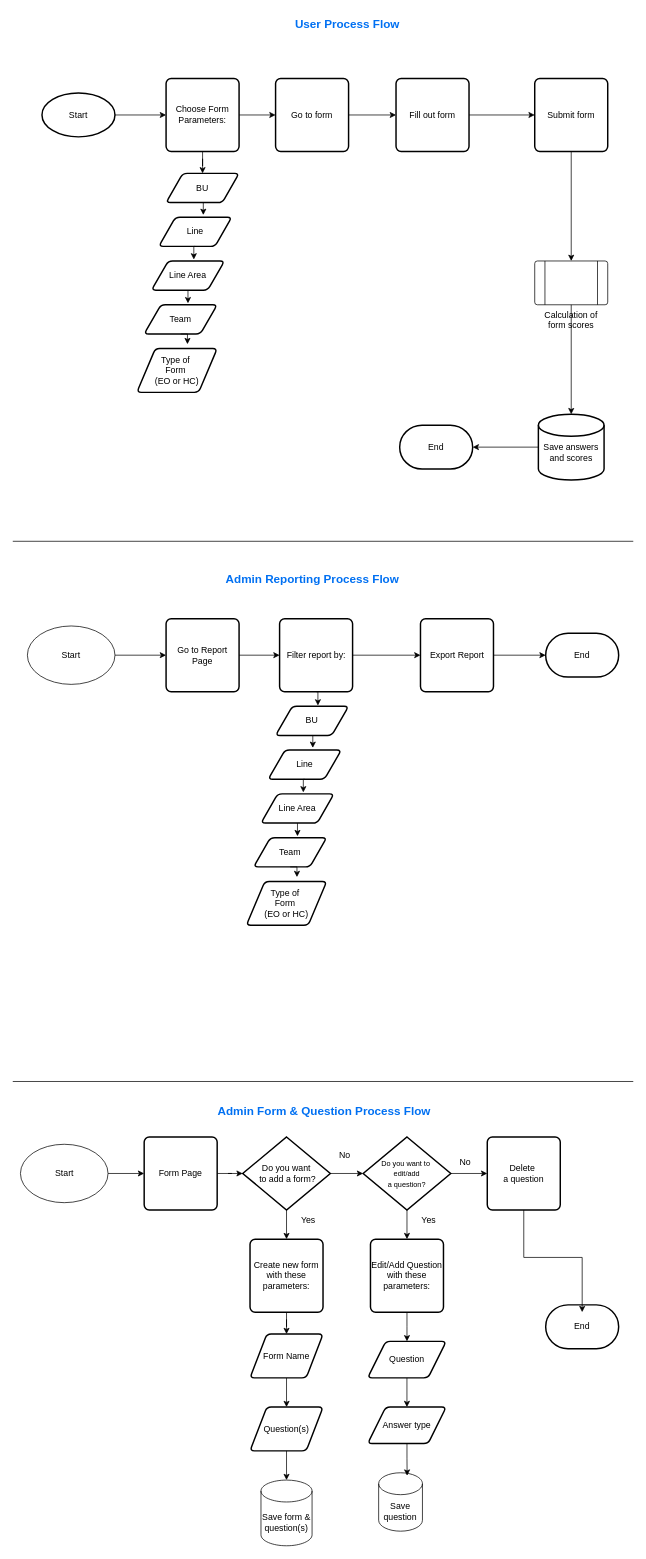
josephkligel/diagrams keeps this draw.io diagram as EO and HC User Flow Diagram.drawio. Above is the earlier version. Source tidied: cells renumbered, new cells numbered last; positions are measured from the earlier drawing's top-left corner, leaving out a move shared by most shapes. Both pictures are drawn from the tidied source at 73%, with x=0, y=0 at pixel (12, 12).
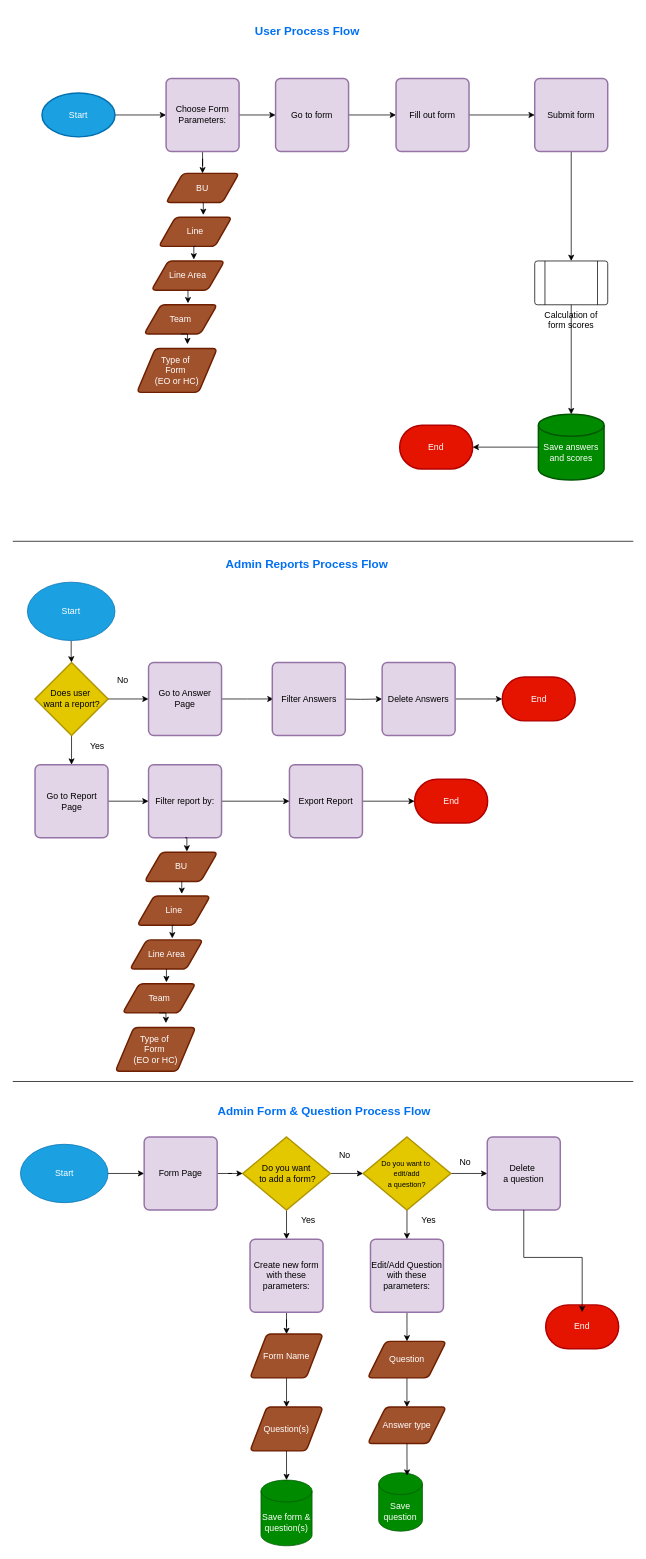
The same diagram, later.

Diff of the diagram source:
```diff
@@
-    <mxCell id="3" value="Start" style="strokeWidth=2;html=1;shape=mxgraph.flowchart.start_1;whiteSpace=wrap;" parent="1" vertex="1">
+    <mxCell id="3" value="Start" style="strokeWidth=2;html=1;shape=mxgraph.flowchart.start_1;whiteSpace=wrap;fillColor=#1ba1e2;fontColor=#ffffff;strokeColor=#006EAF;" parent="1" vertex="1">
       <mxGeometry x="40" y="110" width="100" height="60" as="geometry" />
     </mxCell>
@@
-    <mxCell id="6" value="Choose Form Parameters:" style="rounded=1;whiteSpace=wrap;html=1;absoluteArcSize=1;arcSize=14;strokeWidth=2;" parent="1" vertex="1">
+    <mxCell id="6" value="Choose Form Parameters:" style="rounded=1;whiteSpace=wrap;html=1;absoluteArcSize=1;arcSize=14;strokeWidth=2;fillColor=#e1d5e7;strokeColor=#9673a6;" parent="1" vertex="1">
       <mxGeometry x="210" y="90" width="100" height="100" as="geometry" />
     </mxCell>
@@
-    <mxCell id="8" value="Go to form" style="rounded=1;whiteSpace=wrap;html=1;absoluteArcSize=1;arcSize=14;strokeWidth=2;" parent="1" vertex="1">
+    <mxCell id="8" value="Go to form" style="rounded=1;whiteSpace=wrap;html=1;absoluteArcSize=1;arcSize=14;strokeWidth=2;fillColor=#e1d5e7;strokeColor=#9673a6;" parent="1" vertex="1">
       <mxGeometry x="360" y="90" width="100" height="100" as="geometry" />
     </mxCell>
@@
-    <mxCell id="10" value="Fill out form" style="rounded=1;whiteSpace=wrap;html=1;absoluteArcSize=1;arcSize=14;strokeWidth=2;" parent="1" vertex="1">
+    <mxCell id="10" value="Fill out form" style="rounded=1;whiteSpace=wrap;html=1;absoluteArcSize=1;arcSize=14;strokeWidth=2;fillColor=#e1d5e7;strokeColor=#9673a6;" parent="1" vertex="1">
       <mxGeometry x="525" y="90" width="100" height="100" as="geometry" />
     </mxCell>
@@
-    <mxCell id="12" value="Submit form" style="rounded=1;whiteSpace=wrap;html=1;absoluteArcSize=1;arcSize=14;strokeWidth=2;" parent="1" vertex="1">
+    <mxCell id="12" value="Submit form" style="rounded=1;whiteSpace=wrap;html=1;absoluteArcSize=1;arcSize=14;strokeWidth=2;fillColor=#e1d5e7;strokeColor=#9673a6;" parent="1" vertex="1">
       <mxGeometry x="715" y="90" width="100" height="100" as="geometry" />
     </mxCell>
-    <mxCell id="13" value="&lt;br&gt;&lt;div&gt;Save answers and scores&lt;/div&gt;" style="strokeWidth=2;html=1;shape=mxgraph.flowchart.database;whiteSpace=wrap;" parent="1" vertex="1">
+    <mxCell id="13" value="&lt;br&gt;&lt;div&gt;Save answers and scores&lt;/div&gt;" style="strokeWidth=2;html=1;shape=mxgraph.flowchart.database;whiteSpace=wrap;fillColor=#008a00;strokeColor=#005700;fontColor=#ffffff;" parent="1" vertex="1">
       <mxGeometry x="720" y="550" width="90" height="90" as="geometry" />
     </mxCell>
-    <mxCell id="14" value="End" style="strokeWidth=2;html=1;shape=mxgraph.flowchart.terminator;whiteSpace=wrap;" parent="1" vertex="1">
+    <mxCell id="14" value="End" style="strokeWidth=2;html=1;shape=mxgraph.flowchart.terminator;whiteSpace=wrap;fillColor=#e51400;fontColor=#ffffff;strokeColor=#B20000;" parent="1" vertex="1">
       <mxGeometry x="530" y="565" width="100" height="60" as="geometry" />
     </mxCell>
-    <mxCell id="15" value="Calculation of form scores" style="verticalLabelPosition=bottom;verticalAlign=top;html=1;shape=process;whiteSpace=wrap;rounded=1;size=0.14;arcSize=6;" parent="1" vertex="1">
+    <mxCell id="15" value="Calculation of form scores" style="verticalLabelPosition=bottom;verticalAlign=top;html=1;shape=process;whiteSpace=wrap;rounded=1;size=0.14;arcSize=6;fillColor=none;" parent="1" vertex="1">
       <mxGeometry x="715" y="340" width="100" height="60" as="geometry" />
     </mxCell>
-    <mxCell id="16" value="BU" style="shape=parallelogram;html=1;strokeWidth=2;perimeter=parallelogramPerimeter;whiteSpace=wrap;rounded=1;arcSize=12;size=0.23;" parent="1" vertex="1">
+    <mxCell id="16" value="BU" style="shape=parallelogram;html=1;strokeWidth=2;perimeter=parallelogramPerimeter;whiteSpace=wrap;rounded=1;arcSize=12;size=0.23;fillColor=#a0522d;fontColor=#ffffff;strokeColor=#6D1F00;" parent="1" vertex="1">
       <mxGeometry x="210" y="220" width="100" height="40" as="geometry" />
     </mxCell>
-    <mxCell id="17" value="Line" style="shape=parallelogram;html=1;strokeWidth=2;perimeter=parallelogramPerimeter;whiteSpace=wrap;rounded=1;arcSize=12;size=0.23;" parent="1" vertex="1">
+    <mxCell id="17" value="Line" style="shape=parallelogram;html=1;strokeWidth=2;perimeter=parallelogramPerimeter;whiteSpace=wrap;rounded=1;arcSize=12;size=0.23;fillColor=#a0522d;fontColor=#ffffff;strokeColor=#6D1F00;" parent="1" vertex="1">
       <mxGeometry x="200" y="280" width="100" height="40" as="geometry" />
     </mxCell>
-    <mxCell id="18" value="Line Area" style="shape=parallelogram;html=1;strokeWidth=2;perimeter=parallelogramPerimeter;whiteSpace=wrap;rounded=1;arcSize=12;size=0.23;" parent="1" vertex="1">
+    <mxCell id="18" value="Line Area" style="shape=parallelogram;html=1;strokeWidth=2;perimeter=parallelogramPerimeter;whiteSpace=wrap;rounded=1;arcSize=12;size=0.23;fillColor=#a0522d;fontColor=#ffffff;strokeColor=#6D1F00;" parent="1" vertex="1">
       <mxGeometry x="190" y="340" width="100" height="40" as="geometry" />
     </mxCell>
-    <mxCell id="19" value="Team" style="shape=parallelogram;html=1;strokeWidth=2;perimeter=parallelogramPerimeter;whiteSpace=wrap;rounded=1;arcSize=12;size=0.23;" parent="1" vertex="1">
+    <mxCell id="19" value="Team" style="shape=parallelogram;html=1;strokeWidth=2;perimeter=parallelogramPerimeter;whiteSpace=wrap;rounded=1;arcSize=12;size=0.23;fillColor=#a0522d;fontColor=#ffffff;strokeColor=#6D1F00;" parent="1" vertex="1">
       <mxGeometry x="180" y="400" width="100" height="40" as="geometry" />
     </mxCell>
@@
-    <mxCell id="23" value="Type of&amp;nbsp;&lt;div&gt;Form&amp;nbsp;&lt;/div&gt;&lt;div&gt;(EO or HC)&lt;/div&gt;" style="shape=parallelogram;html=1;strokeWidth=2;perimeter=parallelogramPerimeter;whiteSpace=wrap;rounded=1;arcSize=12;size=0.23;" parent="1" vertex="1">
+    <mxCell id="23" value="Type of&amp;nbsp;&lt;div&gt;Form&amp;nbsp;&lt;/div&gt;&lt;div&gt;(EO or HC)&lt;/div&gt;" style="shape=parallelogram;html=1;strokeWidth=2;perimeter=parallelogramPerimeter;whiteSpace=wrap;rounded=1;arcSize=12;size=0.23;fillColor=#a0522d;fontColor=#ffffff;strokeColor=#6D1F00;" parent="1" vertex="1">
       <mxGeometry x="170" y="460" width="110" height="60" as="geometry" />
     </mxCell>
@@
     <mxCell id="26" value="User Process Flow" style="text;html=1;align=left;verticalAlign=middle;strokeColor=none;fillColor=none;fontSize=16;fontColor=#0070F2;fontFamily=Helvetica;fontStyle=1;" parent="1" vertex="1">
-      <mxGeometry x="385" width="160" height="30" as="geometry" />
+      <mxGeometry x="330" y="10" width="160" height="30" as="geometry" />
     </mxCell>
-    <mxCell id="27" value="Admin Reporting Process Flow" style="text;html=1;align=left;verticalAlign=middle;strokeColor=none;fillColor=none;fontSize=16;fontColor=#0070F2;fontFamily=Helvetica;fontStyle=1;" parent="1" vertex="1">
-      <mxGeometry x="290" y="760" width="240" height="30" as="geometry" />
+    <mxCell id="27" value="Admin Reports Process Flow" style="text;html=1;align=left;verticalAlign=middle;strokeColor=none;fillColor=none;fontSize=16;fontColor=#0070F2;fontFamily=Helvetica;fontStyle=1;" parent="1" vertex="1">
+      <mxGeometry x="290" y="740" width="230" height="30" as="geometry" />
     </mxCell>
-    <mxCell id="28" style="edgeStyle=orthogonalEdgeStyle;rounded=0;jettySize=auto;html=1;" parent="1" edge="1" source="29" target="31">
-      <mxGeometry relative="1" as="geometry" />
-    </mxCell>
+    <mxCell id="82" style="edgeStyle=orthogonalEdgeStyle;rounded=0;jettySize=auto;html=1;" parent="1" edge="1" source="29" target="85">
+      <mxGeometry relative="1" as="geometry" />
+    </mxCell>
-    <mxCell id="29" value="Start" style="ellipse;whiteSpace=wrap;html=1;" parent="1" vertex="1">
-      <mxGeometry x="20" y="840" width="120" height="80" as="geometry" />
+    <mxCell id="29" value="Start" style="ellipse;whiteSpace=wrap;html=1;fillColor=#1ba1e2;fontColor=#ffffff;strokeColor=#006EAF;" parent="1" vertex="1">
+      <mxGeometry x="20" y="780" width="120" height="80" as="geometry" />
     </mxCell>
@@
-    <mxCell id="31" value="Go to Report Page" style="rounded=1;whiteSpace=wrap;html=1;absoluteArcSize=1;arcSize=14;strokeWidth=2;" parent="1" vertex="1">
-      <mxGeometry x="210" y="830" width="100" height="100" as="geometry" />
+    <mxCell id="31" value="Go to Report Page" style="rounded=1;whiteSpace=wrap;html=1;absoluteArcSize=1;arcSize=14;strokeWidth=2;fillColor=#e1d5e7;strokeColor=#9673a6;" parent="1" vertex="1">
+      <mxGeometry x="30.5" y="1030" width="100" height="100" as="geometry" />
     </mxCell>
@@
-    <mxCell id="33" value="Export Report" style="rounded=1;whiteSpace=wrap;html=1;absoluteArcSize=1;arcSize=14;strokeWidth=2;" parent="1" vertex="1">
-      <mxGeometry x="558.5" y="830" width="100" height="100" as="geometry" />
+    <mxCell id="33" value="Export Report" style="rounded=1;whiteSpace=wrap;html=1;absoluteArcSize=1;arcSize=14;strokeWidth=2;fillColor=#e1d5e7;strokeColor=#9673a6;" parent="1" vertex="1">
+      <mxGeometry x="379" y="1030" width="100" height="100" as="geometry" />
     </mxCell>
@@
-    <mxCell id="35" value="Start" style="ellipse;whiteSpace=wrap;html=1;" parent="1" vertex="1">
+    <mxCell id="35" value="Start" style="ellipse;whiteSpace=wrap;html=1;fillColor=#1ba1e2;fontColor=#ffffff;strokeColor=#006EAF;" parent="1" vertex="1">
       <mxGeometry x="10.5" y="1550" width="120" height="80" as="geometry" />
     </mxCell>
@@
-    <mxCell id="37" value="Edit/Add Question with these parameters:" style="rounded=1;whiteSpace=wrap;html=1;absoluteArcSize=1;arcSize=14;strokeWidth=2;" parent="1" vertex="1">
+    <mxCell id="37" value="Edit/Add Question with these parameters:" style="rounded=1;whiteSpace=wrap;html=1;absoluteArcSize=1;arcSize=14;strokeWidth=2;fillColor=#e1d5e7;strokeColor=#9673a6;" parent="1" vertex="1">
       <mxGeometry x="490" y="1680" width="100" height="100" as="geometry" />
     </mxCell>
@@
-    <mxCell id="39" value="Question" style="shape=parallelogram;html=1;strokeWidth=2;perimeter=parallelogramPerimeter;whiteSpace=wrap;rounded=1;arcSize=12;size=0.23;" parent="1" vertex="1">
+    <mxCell id="39" value="Question" style="shape=parallelogram;html=1;strokeWidth=2;perimeter=parallelogramPerimeter;whiteSpace=wrap;rounded=1;arcSize=12;size=0.23;fillColor=#a0522d;fontColor=#ffffff;strokeColor=#6D1F00;" parent="1" vertex="1">
       <mxGeometry x="486.2" y="1820" width="107.5" height="50" as="geometry" />
     </mxCell>
@@
-    <mxCell id="43" value="Filter report by:" style="rounded=1;whiteSpace=wrap;html=1;absoluteArcSize=1;arcSize=14;strokeWidth=2;" parent="1" vertex="1">
-      <mxGeometry x="365.5" y="830" width="100" height="100" as="geometry" />
+    <mxCell id="43" value="Filter report by:" style="rounded=1;whiteSpace=wrap;html=1;absoluteArcSize=1;arcSize=14;strokeWidth=2;fillColor=#e1d5e7;strokeColor=#9673a6;" parent="1" vertex="1">
+      <mxGeometry x="186" y="1030" width="100" height="100" as="geometry" />
     </mxCell>
-    <mxCell id="44" value="BU" style="shape=parallelogram;html=1;strokeWidth=2;perimeter=parallelogramPerimeter;whiteSpace=wrap;rounded=1;arcSize=12;size=0.23;" parent="1" vertex="1">
-      <mxGeometry x="360" y="950" width="100" height="40" as="geometry" />
+    <mxCell id="44" value="BU" style="shape=parallelogram;html=1;strokeWidth=2;perimeter=parallelogramPerimeter;whiteSpace=wrap;rounded=1;arcSize=12;size=0.23;fillColor=#a0522d;fontColor=#ffffff;strokeColor=#6D1F00;" parent="1" vertex="1">
+      <mxGeometry x="180.5" y="1150" width="100" height="40" as="geometry" />
     </mxCell>
-    <mxCell id="45" value="Line" style="shape=parallelogram;html=1;strokeWidth=2;perimeter=parallelogramPerimeter;whiteSpace=wrap;rounded=1;arcSize=12;size=0.23;" parent="1" vertex="1">
-      <mxGeometry x="350" y="1010" width="100" height="40" as="geometry" />
+    <mxCell id="45" value="Line" style="shape=parallelogram;html=1;strokeWidth=2;perimeter=parallelogramPerimeter;whiteSpace=wrap;rounded=1;arcSize=12;size=0.23;fillColor=#a0522d;fontColor=#ffffff;strokeColor=#6D1F00;" parent="1" vertex="1">
+      <mxGeometry x="170.5" y="1210" width="100" height="40" as="geometry" />
     </mxCell>
-    <mxCell id="46" value="Line Area" style="shape=parallelogram;html=1;strokeWidth=2;perimeter=parallelogramPerimeter;whiteSpace=wrap;rounded=1;arcSize=12;size=0.23;" parent="1" vertex="1">
-      <mxGeometry x="340" y="1070" width="100" height="40" as="geometry" />
+    <mxCell id="46" value="Line Area" style="shape=parallelogram;html=1;strokeWidth=2;perimeter=parallelogramPerimeter;whiteSpace=wrap;rounded=1;arcSize=12;size=0.23;fillColor=#a0522d;fontColor=#ffffff;strokeColor=#6D1F00;" parent="1" vertex="1">
+      <mxGeometry x="160.5" y="1270" width="100" height="40" as="geometry" />
     </mxCell>
-    <mxCell id="47" value="Team" style="shape=parallelogram;html=1;strokeWidth=2;perimeter=parallelogramPerimeter;whiteSpace=wrap;rounded=1;arcSize=12;size=0.23;" parent="1" vertex="1">
-      <mxGeometry x="330" y="1130" width="100" height="40" as="geometry" />
+    <mxCell id="47" value="Team" style="shape=parallelogram;html=1;strokeWidth=2;perimeter=parallelogramPerimeter;whiteSpace=wrap;rounded=1;arcSize=12;size=0.23;fillColor=#a0522d;fontColor=#ffffff;strokeColor=#6D1F00;" parent="1" vertex="1">
+      <mxGeometry x="150.5" y="1330" width="100" height="40" as="geometry" />
     </mxCell>
@@
-    <mxCell id="51" value="Type of&amp;nbsp;&lt;div&gt;Form&amp;nbsp;&lt;/div&gt;&lt;div&gt;(EO or HC)&lt;/div&gt;" style="shape=parallelogram;html=1;strokeWidth=2;perimeter=parallelogramPerimeter;whiteSpace=wrap;rounded=1;arcSize=12;size=0.23;" parent="1" vertex="1">
-      <mxGeometry x="320" y="1190" width="110" height="60" as="geometry" />
+    <mxCell id="51" value="Type of&amp;nbsp;&lt;div&gt;Form&amp;nbsp;&lt;/div&gt;&lt;div&gt;(EO or HC)&lt;/div&gt;" style="shape=parallelogram;html=1;strokeWidth=2;perimeter=parallelogramPerimeter;whiteSpace=wrap;rounded=1;arcSize=12;size=0.23;fillColor=#a0522d;fontColor=#ffffff;strokeColor=#6D1F00;" parent="1" vertex="1">
+      <mxGeometry x="140.5" y="1390" width="110" height="60" as="geometry" />
     </mxCell>
@@
-    <mxCell id="58" value="Do you want&lt;div&gt;&amp;nbsp;to add a form?&lt;/div&gt;" style="strokeWidth=2;html=1;shape=mxgraph.flowchart.decision;whiteSpace=wrap;" parent="1" vertex="1">
+    <mxCell id="58" value="Do you want&lt;div&gt;&amp;nbsp;to add a form?&lt;/div&gt;" style="strokeWidth=2;html=1;shape=mxgraph.flowchart.decision;whiteSpace=wrap;fillColor=#e3c800;fontColor=#000000;strokeColor=#B09500;" parent="1" vertex="1">
       <mxGeometry x="315" y="1540" width="120" height="100" as="geometry" />
     </mxCell>
@@
-    <mxCell id="60" value="Create new form with these parameters:" style="rounded=1;whiteSpace=wrap;html=1;absoluteArcSize=1;arcSize=14;strokeWidth=2;" parent="1" vertex="1">
+    <mxCell id="60" value="Create new form with these parameters:" style="rounded=1;whiteSpace=wrap;html=1;absoluteArcSize=1;arcSize=14;strokeWidth=2;fillColor=#e1d5e7;strokeColor=#9673a6;" parent="1" vertex="1">
       <mxGeometry x="325" y="1680" width="100" height="100" as="geometry" />
     </mxCell>
@@
-    <mxCell id="62" value="Form Name" style="shape=parallelogram;html=1;strokeWidth=2;perimeter=parallelogramPerimeter;whiteSpace=wrap;rounded=1;arcSize=12;size=0.23;" parent="1" vertex="1">
+    <mxCell id="62" value="Form Name" style="shape=parallelogram;html=1;strokeWidth=2;perimeter=parallelogramPerimeter;whiteSpace=wrap;rounded=1;arcSize=12;size=0.23;fillColor=#a0522d;fontColor=#ffffff;strokeColor=#6D1F00;" parent="1" vertex="1">
       <mxGeometry x="325" y="1810" width="100" height="60" as="geometry" />
     </mxCell>
-    <mxCell id="63" value="Question(s)" style="shape=parallelogram;html=1;strokeWidth=2;perimeter=parallelogramPerimeter;whiteSpace=wrap;rounded=1;arcSize=12;size=0.23;" parent="1" vertex="1">
+    <mxCell id="63" value="Question(s)" style="shape=parallelogram;html=1;strokeWidth=2;perimeter=parallelogramPerimeter;whiteSpace=wrap;rounded=1;arcSize=12;size=0.23;fillColor=#a0522d;fontColor=#ffffff;strokeColor=#6D1F00;" parent="1" vertex="1">
       <mxGeometry x="325" y="1910" width="100" height="60" as="geometry" />
     </mxCell>
-    <mxCell id="64" value="Answer type" style="shape=parallelogram;html=1;strokeWidth=2;perimeter=parallelogramPerimeter;whiteSpace=wrap;rounded=1;arcSize=12;size=0.23;" parent="1" vertex="1">
+    <mxCell id="64" value="Answer type" style="shape=parallelogram;html=1;strokeWidth=2;perimeter=parallelogramPerimeter;whiteSpace=wrap;rounded=1;arcSize=12;size=0.23;fillColor=#a0522d;fontColor=#ffffff;strokeColor=#6D1F00;" parent="1" vertex="1">
       <mxGeometry x="486.2" y="1910" width="107.5" height="50" as="geometry" />
     </mxCell>
-    <mxCell id="65" value="Save question" style="shape=cylinder3;whiteSpace=wrap;html=1;boundedLbl=1;backgroundOutline=1;size=15;" parent="1" vertex="1">
+    <mxCell id="65" value="Save question" style="shape=cylinder3;whiteSpace=wrap;html=1;boundedLbl=1;backgroundOutline=1;size=15;fillColor=#008a00;fontColor=#ffffff;strokeColor=#005700;" parent="1" vertex="1">
       <mxGeometry x="501.2" y="2000" width="60" height="80" as="geometry" />
     </mxCell>
-    <mxCell id="66" value="Save form &amp;amp; question(s)" style="shape=cylinder3;whiteSpace=wrap;html=1;boundedLbl=1;backgroundOutline=1;size=15;" parent="1" vertex="1">
+    <mxCell id="66" value="Save form &amp;amp; question(s)" style="shape=cylinder3;whiteSpace=wrap;html=1;boundedLbl=1;backgroundOutline=1;size=15;fillColor=#008a00;fontColor=#ffffff;strokeColor=#005700;" parent="1" vertex="1">
       <mxGeometry x="340" y="2010" width="70" height="90" as="geometry" />
     </mxCell>
@@
-    <mxCell id="70" value="Form Page" style="rounded=1;whiteSpace=wrap;html=1;absoluteArcSize=1;arcSize=14;strokeWidth=2;" parent="1" vertex="1">
+    <mxCell id="70" value="Form Page" style="rounded=1;whiteSpace=wrap;html=1;absoluteArcSize=1;arcSize=14;strokeWidth=2;fillColor=#e1d5e7;strokeColor=#9673a6;" parent="1" vertex="1">
       <mxGeometry x="180" y="1540" width="100" height="100" as="geometry" />
     </mxCell>
@@
-    <mxCell id="73" value="&lt;div&gt;&lt;font style=&quot;font-size: 10px;&quot;&gt;Do you want to&amp;nbsp;&lt;/font&gt;&lt;div&gt;&lt;font style=&quot;font-size: 10px;&quot;&gt;edit/add&lt;/font&gt;&lt;/div&gt;&lt;div&gt;&lt;font style=&quot;font-size: 10px;&quot;&gt;a question?&lt;/font&gt;&lt;/div&gt;&lt;/div&gt;" style="strokeWidth=2;html=1;shape=mxgraph.flowchart.decision;whiteSpace=wrap;" parent="1" vertex="1">
+    <mxCell id="73" value="&lt;div&gt;&lt;font style=&quot;font-size: 10px;&quot;&gt;Do you want to&amp;nbsp;&lt;/font&gt;&lt;div&gt;&lt;font style=&quot;font-size: 10px;&quot;&gt;edit/add&lt;/font&gt;&lt;/div&gt;&lt;div&gt;&lt;font style=&quot;font-size: 10px;&quot;&gt;a question?&lt;/font&gt;&lt;/div&gt;&lt;/div&gt;" style="strokeWidth=2;html=1;shape=mxgraph.flowchart.decision;whiteSpace=wrap;fillColor=#e3c800;fontColor=#000000;strokeColor=#B09500;" parent="1" vertex="1">
       <mxGeometry x="480" y="1540" width="120" height="100" as="geometry" />
     </mxCell>
@@
-    <mxCell id="77" value="Delete&amp;nbsp;&lt;div&gt;a question&lt;/div&gt;" style="rounded=1;whiteSpace=wrap;html=1;absoluteArcSize=1;arcSize=14;strokeWidth=2;" parent="1" vertex="1">
+    <mxCell id="77" value="Delete&amp;nbsp;&lt;div&gt;a question&lt;/div&gt;" style="rounded=1;whiteSpace=wrap;html=1;absoluteArcSize=1;arcSize=14;strokeWidth=2;fillColor=#e1d5e7;strokeColor=#9673a6;" parent="1" vertex="1">
       <mxGeometry x="650" y="1540" width="100" height="100" as="geometry" />
     </mxCell>
@@
-    <mxCell id="79" value="End" style="strokeWidth=2;html=1;shape=mxgraph.flowchart.terminator;whiteSpace=wrap;" parent="1" vertex="1">
-      <mxGeometry x="730" y="850" width="100" height="60" as="geometry" />
+    <mxCell id="79" value="End" style="strokeWidth=2;html=1;shape=mxgraph.flowchart.terminator;whiteSpace=wrap;fillColor=#e51400;fontColor=#ffffff;strokeColor=#B20000;" parent="1" vertex="1">
+      <mxGeometry x="550.5" y="1050" width="100" height="60" as="geometry" />
     </mxCell>
-    <mxCell id="80" value="End" style="strokeWidth=2;html=1;shape=mxgraph.flowchart.terminator;whiteSpace=wrap;" parent="1" vertex="1">
+    <mxCell id="80" value="End" style="strokeWidth=2;html=1;shape=mxgraph.flowchart.terminator;whiteSpace=wrap;fillColor=#e51400;fontColor=#ffffff;strokeColor=#B20000;" parent="1" vertex="1">
       <mxGeometry x="730" y="1770" width="100" height="60" as="geometry" />
     </mxCell>
@@
+    <mxCell id="83" style="edgeStyle=orthogonalEdgeStyle;rounded=0;jettySize=auto;html=1;" parent="1" edge="1" source="85" target="31">
+      <mxGeometry relative="1" as="geometry" />
+    </mxCell>
+    <mxCell id="84" style="edgeStyle=orthogonalEdgeStyle;rounded=0;jettySize=auto;html=1;" parent="1" edge="1" source="85" target="88">
+      <mxGeometry relative="1" as="geometry" />
+    </mxCell>
+    <mxCell id="85" value="Does user&amp;nbsp;&lt;div&gt;want a report?&lt;/div&gt;" style="strokeWidth=2;html=1;shape=mxgraph.flowchart.decision;whiteSpace=wrap;fillColor=#e3c800;strokeColor=#B09500;fontColor=#000000;" parent="1" vertex="1">
+      <mxGeometry x="30.5" y="890" width="100" height="100" as="geometry" />
+    </mxCell>
+    <mxCell id="86" value="Yes" style="text;html=1;whiteSpace=wrap;strokeColor=none;fillColor=none;align=center;verticalAlign=middle;rounded=0;" parent="1" vertex="1">
+      <mxGeometry x="86" y="990" width="60" height="30" as="geometry" />
+    </mxCell>
+    <mxCell id="87" style="edgeStyle=orthogonalEdgeStyle;rounded=0;jettySize=auto;html=1;" parent="1" edge="1" source="88">
+      <mxGeometry relative="1" as="geometry">
+        <mxPoint x="357.2" y="940" as="targetPoint" />
+      </mxGeometry>
+    </mxCell>
+    <mxCell id="88" value="Go to Answer Page" style="rounded=1;whiteSpace=wrap;html=1;absoluteArcSize=1;arcSize=14;strokeWidth=2;fillColor=#e1d5e7;strokeColor=#9673a6;" parent="1" vertex="1">
+      <mxGeometry x="186" y="890" width="100" height="100" as="geometry" />
+    </mxCell>
+    <mxCell id="89" style="edgeStyle=orthogonalEdgeStyle;rounded=0;jettySize=auto;html=1;" parent="1" edge="1" target="91">
+      <mxGeometry relative="1" as="geometry">
+        <mxPoint x="445.8" y="940" as="sourcePoint" />
+      </mxGeometry>
+    </mxCell>
+    <mxCell id="90" style="edgeStyle=orthogonalEdgeStyle;rounded=0;jettySize=auto;html=1;" parent="1" edge="1" source="91" target="92">
+      <mxGeometry relative="1" as="geometry" />
+    </mxCell>
+    <mxCell id="91" value="Delete Answers" style="rounded=1;whiteSpace=wrap;html=1;absoluteArcSize=1;arcSize=14;strokeWidth=2;fillColor=#e1d5e7;strokeColor=#9673a6;" parent="1" vertex="1">
+      <mxGeometry x="506" y="890" width="100" height="100" as="geometry" />
+    </mxCell>
+    <mxCell id="92" value="End" style="strokeWidth=2;html=1;shape=mxgraph.flowchart.terminator;whiteSpace=wrap;fillColor=#e51400;fontColor=#ffffff;strokeColor=#B20000;" parent="1" vertex="1">
+      <mxGeometry x="670.5" y="910" width="100" height="60" as="geometry" />
+    </mxCell>
+    <mxCell id="93" value="Filter Answers" style="rounded=1;whiteSpace=wrap;html=1;absoluteArcSize=1;arcSize=14;strokeWidth=2;fillColor=#e1d5e7;strokeColor=#9673a6;" parent="1" vertex="1">
+      <mxGeometry x="355.5" y="890" width="100" height="100" as="geometry" />
+    </mxCell>
+    <mxCell id="94" value="No" style="text;html=1;whiteSpace=wrap;strokeColor=none;fillColor=none;align=center;verticalAlign=middle;rounded=0;" parent="1" vertex="1">
+      <mxGeometry x="121" y="900" width="60" height="30" as="geometry" />
+    </mxCell>
```
